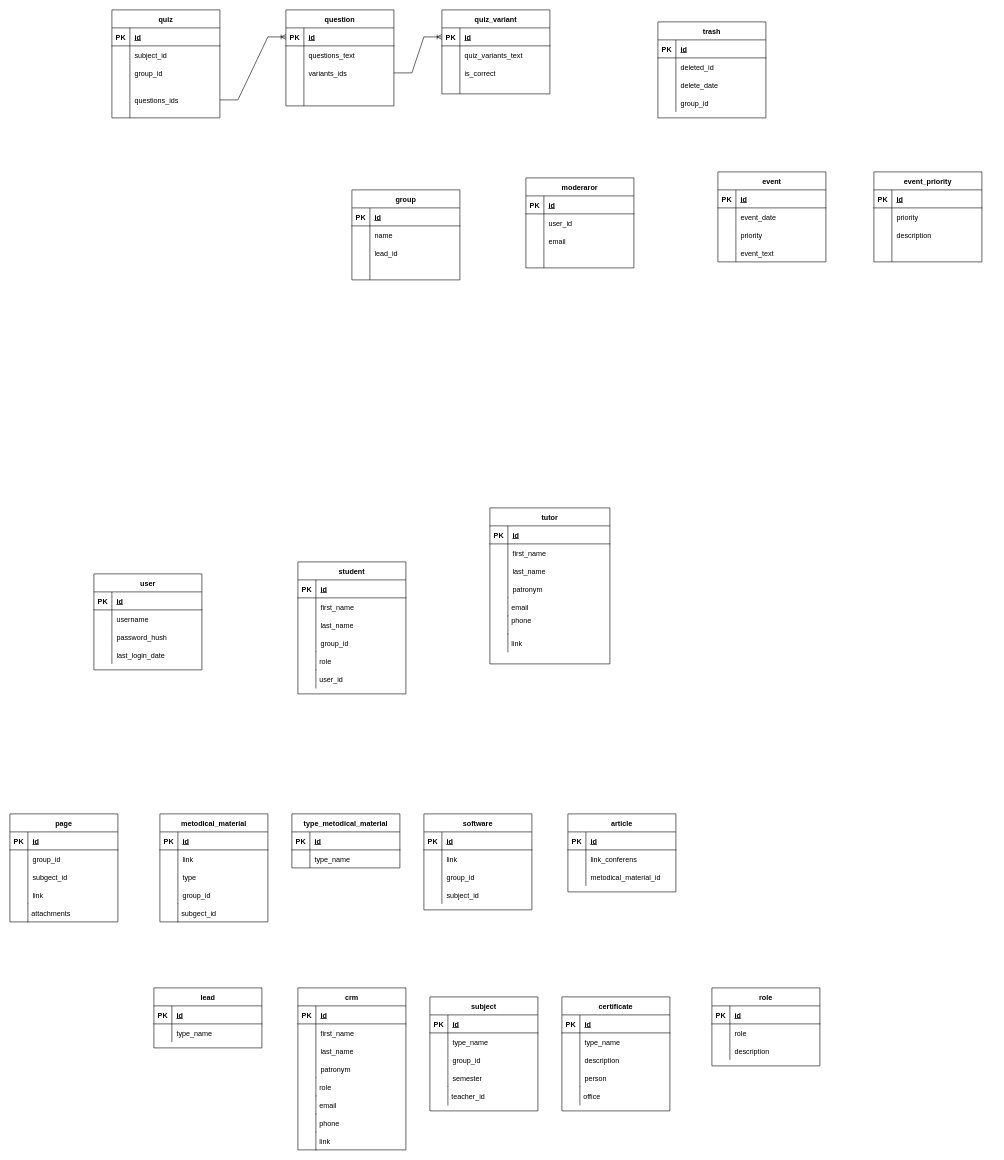
The draw.io diagram Untitled Diagram.drawio in student-archive/backend, before the edit. Source tidied: cells renumbered, new cells numbered last; positions are measured from the earlier drawing's top-left corner, leaving out a move shared by most shapes. Both pictures are drawn from the tidied source at 60%, with x=0, y=0 at pixel (10, 10).
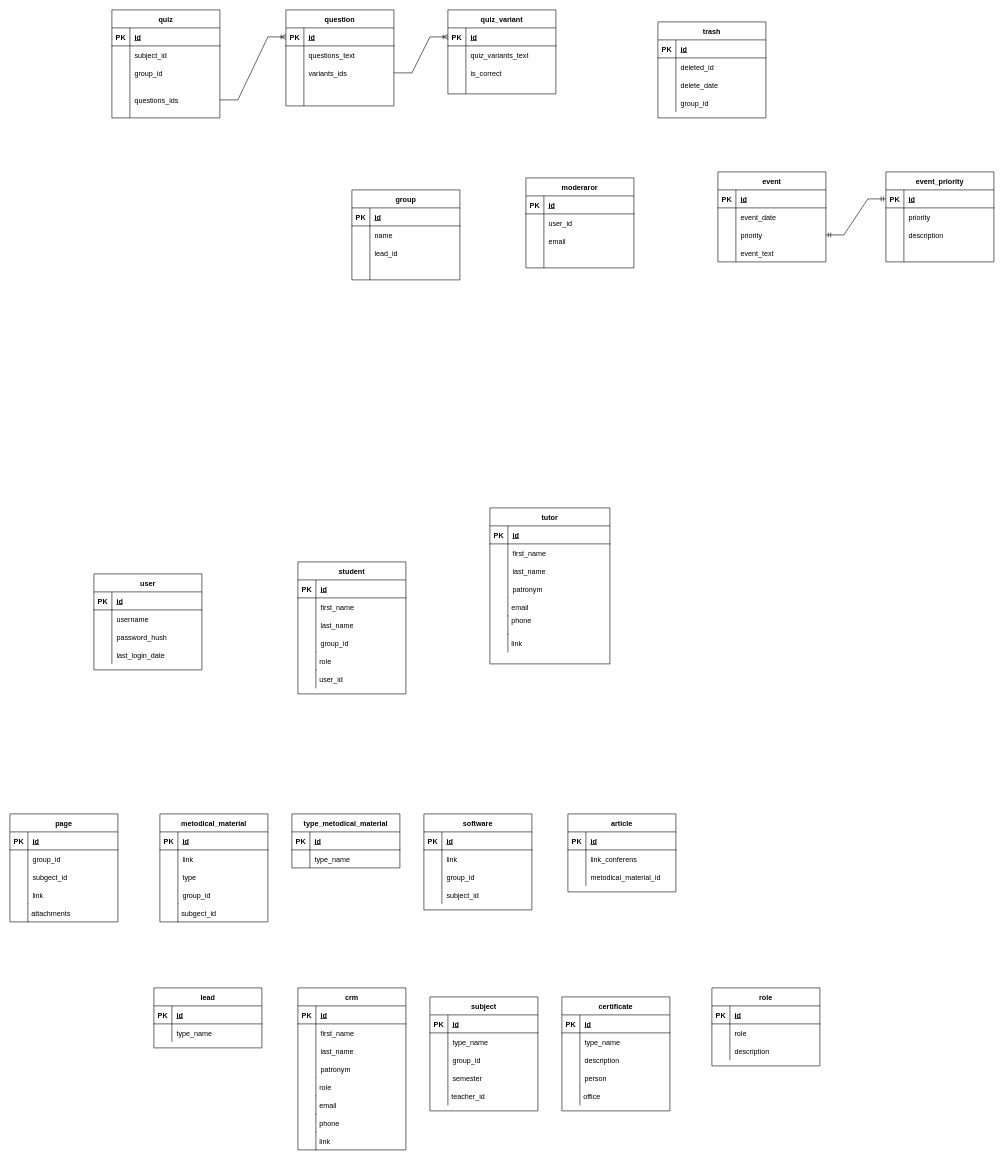
The same page after the edit.

Commit message:
feat(databases): add relationships b/w events table

Unchanged cells that the change refers to:
```xml
<mxCell id="61" style="shape=tableRow;horizontal=0;startSize=0;swimlaneHead=0;swimlaneBody=0;fillColor=none;points=[[0,0.5],[1,0.5]];portConstraint=eastwest;top=0;left=0;right=0;bottom=0;" parent="54" vertex="1">
  <mxGeometry y="90" width="180" height="30" as="geometry" />
</mxCell>
<mxCell id="75" style="shape=tableRow;horizontal=0;startSize=0;swimlaneHead=0;swimlaneBody=0;fillColor=none;points=[[0,0.5],[1,0.5]];portConstraint=eastwest;top=0;left=0;right=0;bottom=1;" parent="74" vertex="1">
  <mxGeometry y="30" width="180" height="30" as="geometry" />
</mxCell>
```

Change to the diagram source:
```diff
@@
     <mxCell id="15" value="quiz_variant" style="shape=table;startSize=30;childLayout=tableLayout;rowLines=0;fontStyle=1;align=center;" parent="1" vertex="1">
-      <mxGeometry x="720" width="180" height="140" as="geometry" />
+      <mxGeometry x="730" width="180" height="140" as="geometry" />
     </mxCell>
@@
     <mxCell id="74" value="event_priority" style="shape=table;startSize=30;childLayout=tableLayout;rowLines=0;fontStyle=1;align=center;" parent="1" vertex="1">
-      <mxGeometry x="1440" y="270" width="180" height="150" as="geometry" />
+      <mxGeometry x="1460" y="270" width="180" height="150" as="geometry" />
     </mxCell>
@@
+    <mxCell id="295" style="edgeStyle=entityRelationEdgeStyle;fontSize=12;html=1;endArrow=ERmandOne;startArrow=ERmandOne;rounded=0;entryX=0;entryY=0.5;entryDx=0;entryDy=0;exitX=1;exitY=0.5;exitDx=0;exitDy=0;" parent="1" edge="1" source="61" target="75">
+      <mxGeometry relative="1" as="geometry" />
+    </mxCell>
```
